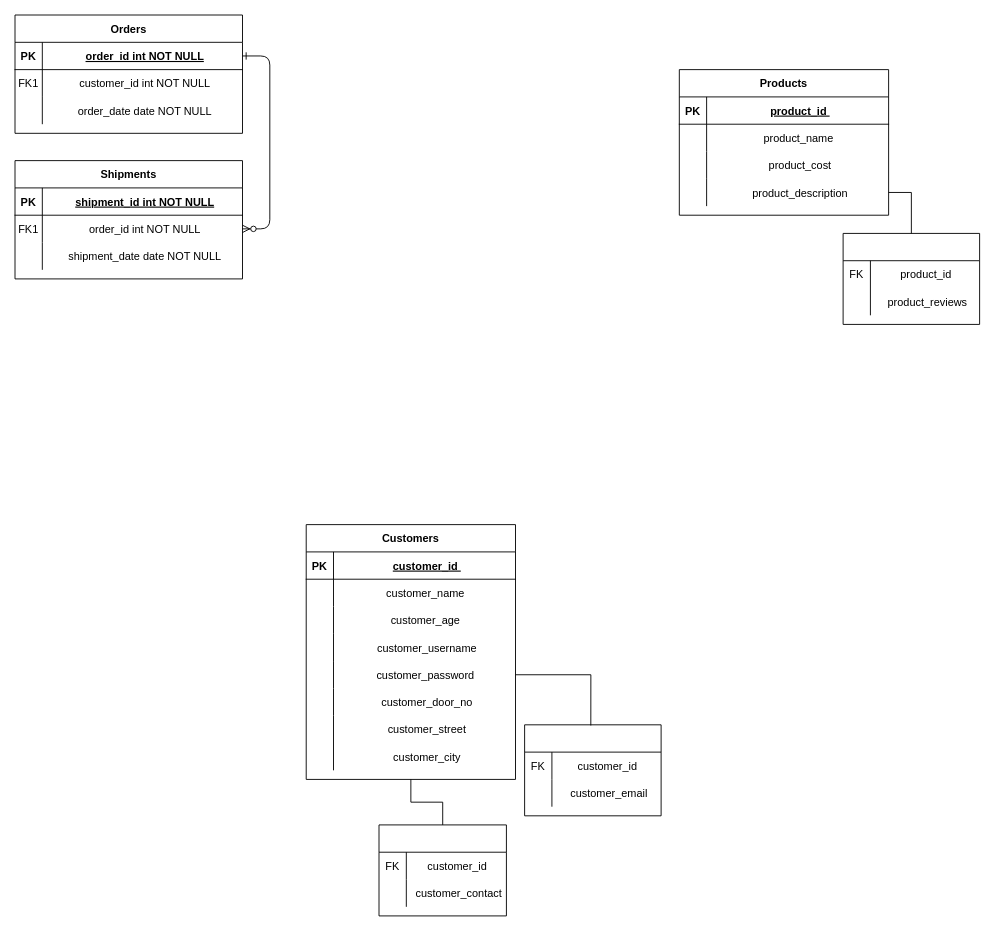
Above: ECommERT.drawio in adithkrishnan98/ECommerce-Java (draw.io), before the change. Source tidied: cells renumbered, new cells numbered last; positions are measured from the earlier drawing's top-left corner, leaving out a move shared by most shapes. Both pictures are drawn from the tidied source at 91%, with x=0, y=0 at pixel (15, 15).
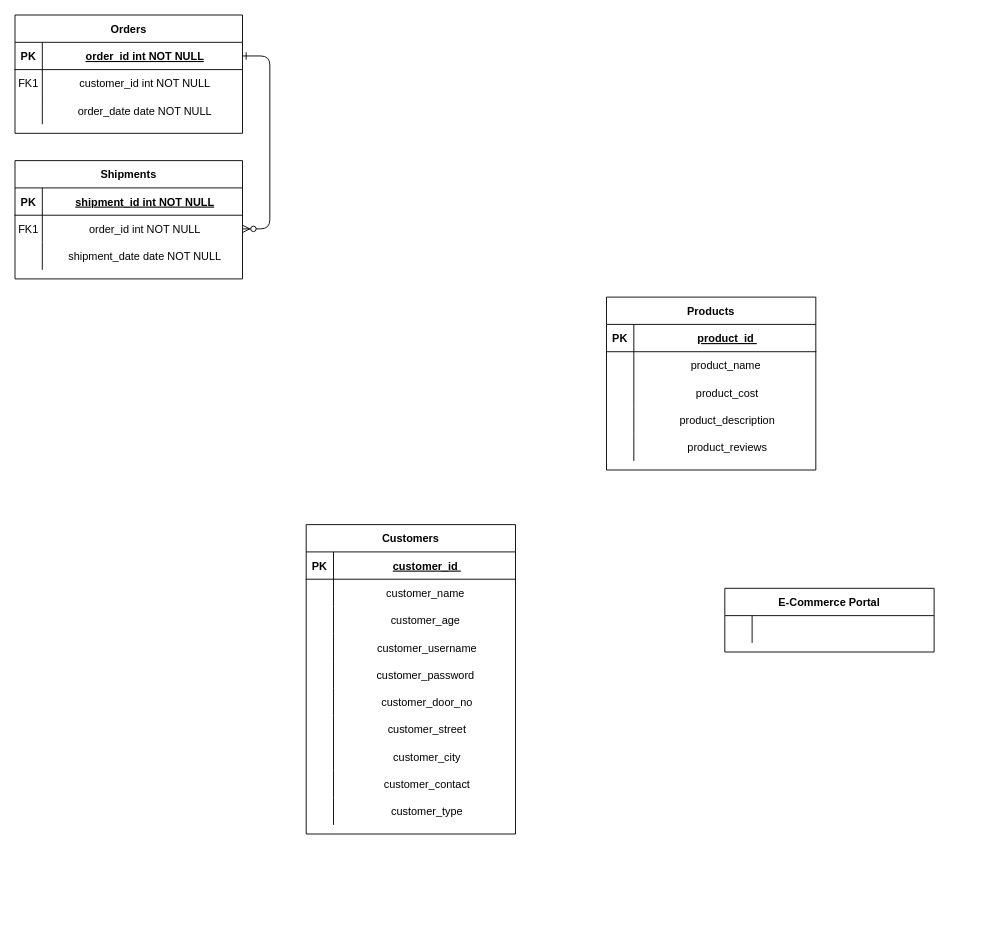
After the change.

Unchanged cells that the change refers to:
```xml
<mxCell id="37" style="shape=partialRectangle;fillColor=none;points=[[0,0.5],[1,0.5]];portConstraint=eastwest;top=0;left=0;right=0;bottom=0;align=center;" parent="24" vertex="1">
  <mxGeometry y="150" width="230" height="30" as="geometry" />
</mxCell>
<mxCell id="75" style="shape=partialRectangle;fillColor=none;points=[[0,0.5],[1,0.5]];portConstraint=eastwest;top=0;left=0;right=0;bottom=0;align=center;" parent="65" vertex="1">
  <mxGeometry y="120" width="230" height="30" as="geometry" />
</mxCell>
```

Change to the diagram source:
```diff
@@
-    <mxCell id="23" style="edgeStyle=orthogonalEdgeStyle;rounded=0;jettySize=auto;html=1;entryX=0.5;entryY=0;entryDx=0;entryDy=0;startArrow=none;startFill=0;endArrow=none;endFill=0;align=center;" parent="1" edge="1" source="24" target="57">
-      <mxGeometry relative="1" as="geometry" />
-    </mxCell>
     <mxCell id="24" value="Customers" style="shape=table;startSize=30;childLayout=tableLayout;rowLines=0;fontStyle=1;align=center;" parent="1" vertex="1">
-      <mxGeometry x="320" y="560" width="230" height="280" as="geometry" />
+      <mxGeometry x="320" y="560" width="230" height="340" as="geometry" />
     </mxCell>
@@
+    <mxCell id="87" style="shape=partialRectangle;fillColor=none;top=0;left=0;right=0;bottom=0;align=center;" parent="24" vertex="1">
+      <mxGeometry y="270" width="230" height="30" as="geometry" />
+    </mxCell>
+    <mxCell id="88" style="shape=partialRectangle;overflow=hidden;fillColor=none;top=0;left=0;bottom=0;right=0;align=center;" parent="87" vertex="1">
+      <mxGeometry width="30" height="30" as="geometry" />
+    </mxCell>
+    <mxCell id="63" value="customer_contact" style="shape=partialRectangle;overflow=hidden;fillColor=none;top=0;left=0;bottom=0;right=0;align=center;spacingLeft=6;" parent="87" vertex="1">
+      <mxGeometry x="30" width="200" height="30" as="geometry" />
+    </mxCell>
+    <mxCell id="89" style="shape=partialRectangle;fillColor=none;top=0;left=0;right=0;bottom=0;align=center;" parent="24" vertex="1">
+      <mxGeometry y="300" width="230" height="30" as="geometry" />
+    </mxCell>
+    <mxCell id="90" style="shape=partialRectangle;overflow=hidden;fillColor=none;top=0;left=0;bottom=0;right=0;align=center;" parent="89" vertex="1">
+      <mxGeometry width="30" height="30" as="geometry" />
+    </mxCell>
+    <mxCell id="91" value="customer_type" style="shape=partialRectangle;overflow=hidden;fillColor=none;top=0;left=0;bottom=0;right=0;align=center;spacingLeft=6;" parent="89" vertex="1">
+      <mxGeometry x="30" width="200" height="30" as="geometry" />
+    </mxCell>
@@
-    <mxCell id="50" style="shape=table;startSize=30;childLayout=tableLayout;rowLines=0;fontStyle=1;align=center;" parent="1" vertex="1">
-      <mxGeometry x="560" y="780" width="150" height="100" as="geometry" />
-    </mxCell>
-    <mxCell id="51" style="shape=partialRectangle;fillColor=none;top=0;left=0;right=0;bottom=0;align=center;" parent="50" vertex="1">
-      <mxGeometry y="30" width="150" height="30" as="geometry" />
-    </mxCell>
-    <mxCell id="52" value="FK" style="shape=partialRectangle;overflow=hidden;fillColor=none;top=0;left=0;bottom=0;right=0;align=center;" parent="51" vertex="1">
-      <mxGeometry width="30" height="30" as="geometry" />
-    </mxCell>
-    <mxCell id="53" value="customer_id " style="shape=partialRectangle;overflow=hidden;fillColor=none;top=0;left=0;bottom=0;right=0;align=center;spacingLeft=6;" parent="51" vertex="1">
-      <mxGeometry x="30" width="120" height="30" as="geometry" />
-    </mxCell>
-    <mxCell id="54" style="shape=partialRectangle;fillColor=none;top=0;left=0;right=0;bottom=0;align=center;" parent="50" vertex="1">
-      <mxGeometry y="60" width="150" height="30" as="geometry" />
-    </mxCell>
-    <mxCell id="55" style="shape=partialRectangle;overflow=hidden;fillColor=none;top=0;left=0;bottom=0;right=0;align=center;" parent="54" vertex="1">
-      <mxGeometry width="30" height="30" as="geometry" />
-    </mxCell>
-    <mxCell id="56" value="customer_email" style="shape=partialRectangle;overflow=hidden;fillColor=none;top=0;left=0;bottom=0;right=0;align=center;spacingLeft=6;" parent="54" vertex="1">
-      <mxGeometry x="30" width="120" height="30" as="geometry" />
-    </mxCell>
-    <mxCell id="57" style="shape=table;startSize=30;childLayout=tableLayout;rowLines=0;fontStyle=1;align=center;" parent="1" vertex="1">
-      <mxGeometry x="400" y="890" width="140" height="100" as="geometry" />
-    </mxCell>
-    <mxCell id="58" style="shape=partialRectangle;fillColor=none;top=0;left=0;right=0;bottom=0;align=center;" parent="57" vertex="1">
-      <mxGeometry y="30" width="140" height="30" as="geometry" />
-    </mxCell>
-    <mxCell id="59" value="FK" style="shape=partialRectangle;overflow=hidden;fillColor=none;top=0;left=0;bottom=0;right=0;align=center;" parent="58" vertex="1">
-      <mxGeometry width="30" height="30" as="geometry" />
-    </mxCell>
-    <mxCell id="60" value="customer_id " style="shape=partialRectangle;overflow=hidden;fillColor=none;top=0;left=0;bottom=0;right=0;align=center;spacingLeft=6;" parent="58" vertex="1">
-      <mxGeometry x="30" width="110" height="30" as="geometry" />
-    </mxCell>
-    <mxCell id="61" style="shape=partialRectangle;fillColor=none;top=0;left=0;right=0;bottom=0;align=center;" parent="57" vertex="1">
-      <mxGeometry y="60" width="140" height="30" as="geometry" />
-    </mxCell>
-    <mxCell id="62" style="shape=partialRectangle;overflow=hidden;fillColor=none;top=0;left=0;bottom=0;right=0;align=center;" parent="61" vertex="1">
-      <mxGeometry width="30" height="30" as="geometry" />
-    </mxCell>
-    <mxCell id="63" value="customer_contact" style="shape=partialRectangle;overflow=hidden;fillColor=none;top=0;left=0;bottom=0;right=0;align=center;spacingLeft=6;" parent="61" vertex="1">
-      <mxGeometry x="30" width="110" height="30" as="geometry" />
-    </mxCell>
-    <mxCell id="64" style="edgeStyle=orthogonalEdgeStyle;rounded=0;jettySize=auto;html=1;entryX=0.485;entryY=0.007;entryDx=0;entryDy=0;entryPerimeter=0;startArrow=none;startFill=0;endArrow=none;endFill=0;align=center;" parent="1" edge="1" source="37" target="50">
-      <mxGeometry relative="1" as="geometry" />
-    </mxCell>
     <mxCell id="65" value="Products" style="shape=table;startSize=30;childLayout=tableLayout;rowLines=0;fontStyle=1;align=center;" parent="1" vertex="1">
-      <mxGeometry x="730" y="60" width="230" height="160" as="geometry" />
+      <mxGeometry x="650" y="310" width="230" height="190" as="geometry" />
     </mxCell>
@@
+    <mxCell id="92" style="shape=partialRectangle;fillColor=none;top=0;left=0;right=0;bottom=0;align=center;" parent="65" vertex="1">
+      <mxGeometry y="150" width="230" height="30" as="geometry" />
+    </mxCell>
+    <mxCell id="93" style="shape=partialRectangle;overflow=hidden;fillColor=none;top=0;left=0;bottom=0;right=0;align=center;" parent="92" vertex="1">
+      <mxGeometry width="30" height="30" as="geometry" />
+    </mxCell>
+    <mxCell id="85" value="product_reviews" style="shape=partialRectangle;overflow=hidden;fillColor=none;top=0;left=0;bottom=0;right=0;align=center;spacingLeft=6;" parent="92" vertex="1">
+      <mxGeometry x="30" width="200" height="30" as="geometry" />
+    </mxCell>
@@
-    <mxCell id="79" style="shape=table;startSize=30;childLayout=tableLayout;rowLines=0;fontStyle=1;align=center;" parent="1" vertex="1">
-      <mxGeometry x="910" y="240" width="150" height="100" as="geometry" />
-    </mxCell>
-    <mxCell id="80" style="shape=partialRectangle;fillColor=none;top=0;left=0;right=0;bottom=0;align=center;" parent="79" vertex="1">
-      <mxGeometry y="30" width="150" height="30" as="geometry" />
-    </mxCell>
-    <mxCell id="81" value="FK" style="shape=partialRectangle;overflow=hidden;fillColor=none;top=0;left=0;bottom=0;right=0;align=center;" parent="80" vertex="1">
-      <mxGeometry width="30" height="30" as="geometry" />
-    </mxCell>
-    <mxCell id="82" value="product_id " style="shape=partialRectangle;overflow=hidden;fillColor=none;top=0;left=0;bottom=0;right=0;align=center;spacingLeft=6;" parent="80" vertex="1">
-      <mxGeometry x="30" width="120" height="30" as="geometry" />
-    </mxCell>
-    <mxCell id="83" style="shape=partialRectangle;fillColor=none;top=0;left=0;right=0;bottom=0;align=center;" parent="79" vertex="1">
-      <mxGeometry y="60" width="150" height="30" as="geometry" />
-    </mxCell>
-    <mxCell id="84" style="shape=partialRectangle;overflow=hidden;fillColor=none;top=0;left=0;bottom=0;right=0;align=center;" parent="83" vertex="1">
-      <mxGeometry width="30" height="30" as="geometry" />
-    </mxCell>
-    <mxCell id="85" value="product_reviews" style="shape=partialRectangle;overflow=hidden;fillColor=none;top=0;left=0;bottom=0;right=0;align=center;spacingLeft=6;" parent="83" vertex="1">
-      <mxGeometry x="30" width="120" height="30" as="geometry" />
-    </mxCell>
-    <mxCell id="86" style="edgeStyle=orthogonalEdgeStyle;rounded=0;jettySize=auto;html=1;entryX=0.5;entryY=0;entryDx=0;entryDy=0;startArrow=none;startFill=0;endArrow=none;endFill=0;align=center;" parent="1" edge="1" source="75" target="79">
-      <mxGeometry relative="1" as="geometry" />
-    </mxCell>
+    <mxCell id="94" value="E-Commerce Portal" style="shape=table;startSize=30;childLayout=tableLayout;rowLines=0;fontStyle=1;align=center;" parent="1" vertex="1">
+      <mxGeometry x="780" y="630" width="230" height="70" as="geometry" />
+    </mxCell>
+    <mxCell id="95" style="shape=partialRectangle;fillColor=none;top=0;left=0;right=0;bottom=0;align=center;" parent="94" vertex="1">
+      <mxGeometry y="30" width="230" height="30" as="geometry" />
+    </mxCell>
+    <mxCell id="96" style="shape=partialRectangle;overflow=hidden;fillColor=none;top=0;left=0;bottom=0;right=0;align=center;" parent="95" vertex="1">
+      <mxGeometry width="30" height="30" as="geometry" />
+    </mxCell>
+    <mxCell id="97" style="shape=partialRectangle;overflow=hidden;fillColor=none;top=0;left=0;bottom=0;right=0;align=center;spacingLeft=6;" parent="95" vertex="1">
+      <mxGeometry x="30" width="200" height="30" as="geometry" />
+    </mxCell>
+    <mxCell id="98" style="edgeStyle=orthogonalEdgeStyle;rounded=0;orthogonalLoop=1;jettySize=auto;html=1;exitX=1;exitY=0.5;exitDx=0;exitDy=0;startArrow=none;startFill=0;endArrow=none;endFill=0;align=center;" parent="94" edge="1">
+      <mxGeometry relative="1" as="geometry" />
+    </mxCell>
```
